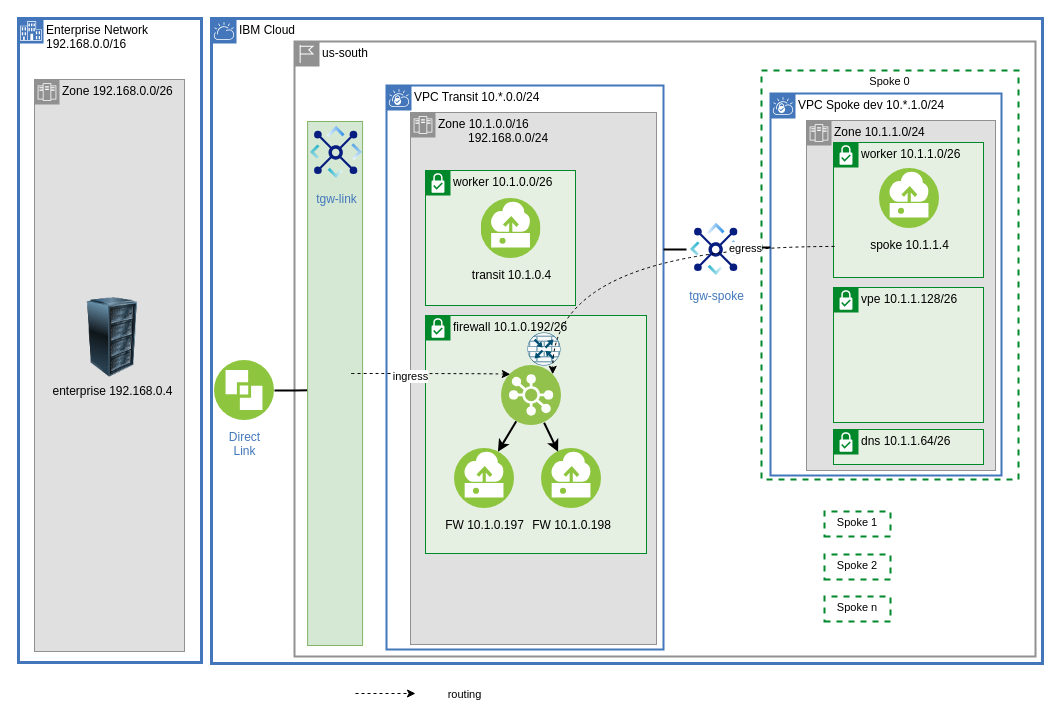
Above: page "ha-firewall" (10 of 15) of diagrams/vpc-transit.drawio in ibm-cloud-docs/solution-tutorials (draw.io), before the change. Source tidied: cells renumbered, new cells numbered last; positions are measured from the earlier drawing's top-left corner, leaving out a move shared by most shapes. Both pictures are drawn from the tidied source at 100%, with x=0, y=0 at pixel (18, 18).
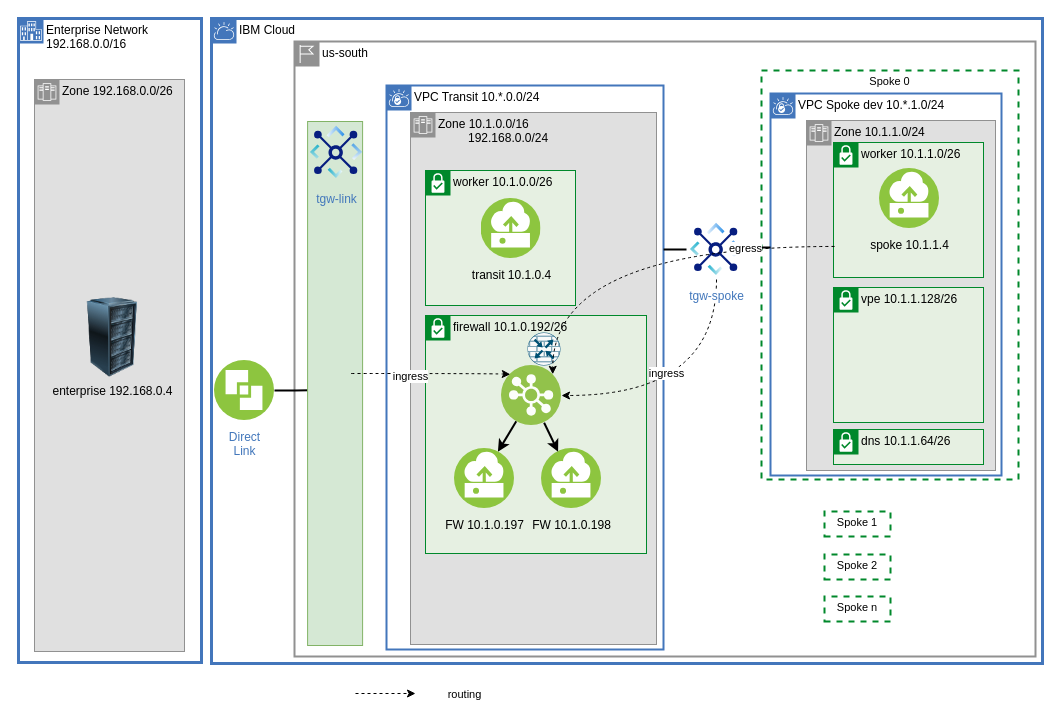
After the change.

Unchanged cells that the change refers to:
```xml
<mxCell id="23" style="perimeter=ellipsePerimeter;html=1;align=center;shadow=0;dashed=0;fontColor=#4277BB;labelBackgroundColor=#ffffff;fontSize=12;spacingTop=3;image;image=img/lib/ibm/vpc/LoadBalancerPool.svg;fontFamily=Helvetica;" parent="1" vertex="1">
  <mxGeometry x="483" y="347" width="60" height="60" as="geometry" />
</mxCell>
<mxCell id="30" value="tgw-spoke" style="perimeter=ellipsePerimeter;html=1;align=center;shadow=0;dashed=0;fontColor=#4277BB;labelBackgroundColor=#ffffff;fontSize=12;spacingTop=3;image;image=img/lib/ibm/vpc/TransitGateway.svg;labelPadding=0;backgroundOutline=0;" parent="29" vertex="1">
  <mxGeometry x="668" y="201" width="60" height="60" as="geometry" />
</mxCell>
```

The edit, as a diff of the source:
```diff
@@
+    <mxCell id="48" style="edgeStyle=orthogonalEdgeStyle;shape=connector;curved=1;rounded=0;jettySize=auto;html=1;entryX=1;entryY=0.5;entryDx=0;entryDy=0;dashed=1;labelBackgroundColor=default;strokeColor=default;strokeWidth=1;fontFamily=Helvetica;fontSize=11;fontColor=default;endArrow=classic;endFill=1;exitX=0.5;exitY=1;exitDx=0;exitDy=0;" parent="1" edge="1" source="30" target="23">
+      <mxGeometry relative="1" as="geometry" />
+    </mxCell>
+    <mxCell id="49" value="ingress" style="edgeLabel;html=1;align=center;verticalAlign=middle;fontSize=11;fontFamily=Helvetica;fontColor=default;" parent="48" vertex="1">
+      <mxGeometry x="0.23" y="-23" relative="1" as="geometry" />
+    </mxCell>
```
